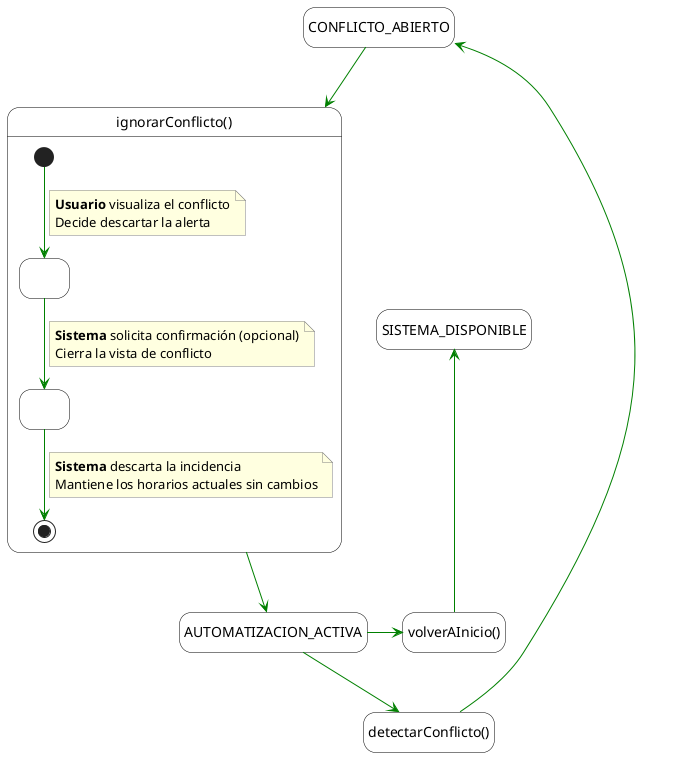
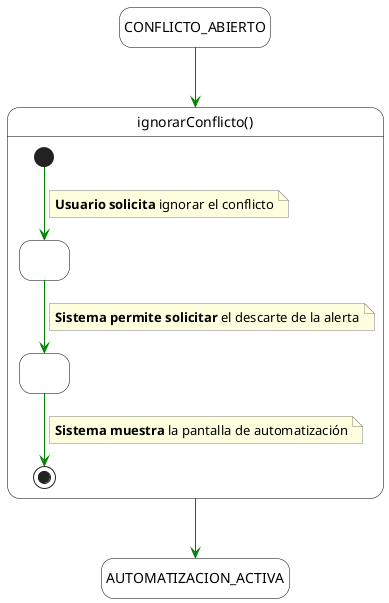
@startuml
hide empty description
- 

skinparam state {
    BackgroundColor White
    BorderColor Black
    ArrowColor Green
}
skinparam note {
    BackgroundColor LightYellow
    BorderColor Gray
}

- 
state CONFLICTO_ABIERTO

state "ignorarConflicto()" as MainBlock {

+     ' Definimos explícitamente los estados vacíos para evitar errores
+     state " " as Paso1
+     state " " as Paso2
+ 
    [*] --> Paso1
    note on link
-         **Usuario** visualiza el conflicto
-         Decide descartar la alerta
+         ' Verbo tabla: El actor SOLICITA
+         **Usuario solicita** ignorar el conflicto
    end note
- 
-     state Paso1 as " "

    Paso1 --> Paso2
    note on link
-         **Sistema** solicita confirmación (opcional)
-         Cierra la vista de conflicto
+         ' Verbo tabla: El sistema PERMITE SOLICITAR
+         ' (Sustituye a "solicita confirmación" o "cierra vista")
+         **Sistema permite solicitar** el descarte de la alerta
    end note
- 
-     state Paso2 as " "

    Paso2 --> [*]
    note on link
-         **Sistema** descarta la incidencia
-         Mantiene los horarios actuales sin cambios
+         ' Verbo tabla: El sistema MUESTRA / VISUALIZA
+         ' (Sustituye a "descarta incidencia" o "mantiene horarios")
+         **Sistema muestra** la pantalla de automatización
    end note
}

+ state AUTOMATIZACION_ACTIVA

+ ' Conexiones
CONFLICTO_ABIERTO -down-> MainBlock
- 
- state AUTOMATIZACION_ACTIVA
MainBlock -down-> AUTOMATIZACION_ACTIVA

- state eventoTiempo as "detectarConflicto()"
- AUTOMATIZACION_ACTIVA -down-> eventoTiempo
- eventoTiempo -up-> CONFLICTO_ABIERTO
- 
- state salir as "volverAInicio()"
- state SISTEMA_DISPONIBLE
- AUTOMATIZACION_ACTIVA -right-> salir
- salir -up-> SISTEMA_DISPONIBLE
- 
@enduml